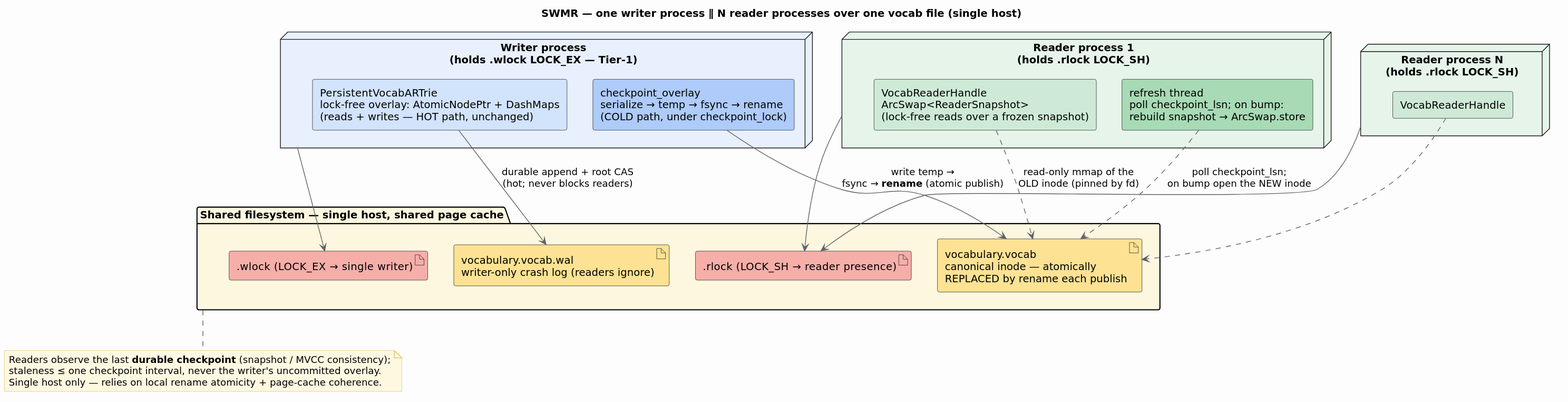
Before: docs/diagrams/swmr-architecture.svg, a diagram exported from PlantUML (vinary-tree/libdictenstein). Its source is kept beside it as docs/diagrams/src/swmr-architecture.puml. The source it was exported from:
```plantuml
@startuml swmr-architecture
skinparam backgroundColor #FDFDFD
skinparam shadowing false
skinparam defaultFontName "DejaVu Sans"
skinparam componentStyle rectangle
skinparam ArrowColor #5F6368
skinparam noteBackgroundColor #FFF8E1
skinparam noteBorderColor #E0C060

title SWMR — one writer process ∥ N reader processes over one vocab file (single host)

node "Writer process\n(holds .wlock LOCK_EX — Tier-1)" as W #E8F0FE {
  component "PersistentVocabARTrie\nlock-free overlay: AtomicNodePtr + DashMaps\n(reads + writes — HOT path, unchanged)" as WT #D2E3FC
  component "checkpoint_overlay\nserialize → temp → fsync → rename\n(COLD path, under checkpoint_lock)" as WC #AECBFA
}

node "Reader process 1\n(holds .rlock LOCK_SH)" as R1 #E6F4EA {
  component "VocabReaderHandle\nArcSwap<ReaderSnapshot>\n(lock-free reads over a frozen snapshot)" as RH1 #CEEAD6
  component "refresh thread\npoll checkpoint_lsn; on bump:\nrebuild snapshot → ArcSwap.store" as RT1 #A8DAB5
}

node "Reader process N\n(holds .rlock LOCK_SH)" as RN #E6F4EA {
  component "VocabReaderHandle" as RHN #CEEAD6
}

folder "Shared filesystem — single host, shared page cache" as FS #FEF7E0 {
  artifact "vocabulary.vocab\ncanonical inode — atomically\nREPLACED by rename each publish" as IMG #FDE293
  artifact ".wlock   (LOCK_EX → single writer)" as WL #F6AEA9
  artifact ".rlock   (LOCK_SH → reader presence)" as RL #F6AEA9
  artifact "vocabulary.vocab.wal\nwriter-only crash log (readers ignore)" as WAL #FDE293
}

WT --> WAL : durable append + root CAS\n(hot; never blocks readers)
WC --> IMG : write temp →\nfsync → **rename** (atomic publish)
W --> WL
R1 --> RL
RN --> RL
RT1 ..> IMG : poll checkpoint_lsn;\non bump open the NEW inode
RH1 ..> IMG : read-only mmap of the\nOLD inode (pinned by fd)
RHN ..> IMG

note bottom of FS
  Readers observe the last **durable checkpoint** (snapshot / MVCC consistency);
  staleness ≤ one checkpoint interval, never the writer's uncommitted overlay.
  Single host only — relies on local rename atomicity + page-cache coherence.
end note
@enduml
```
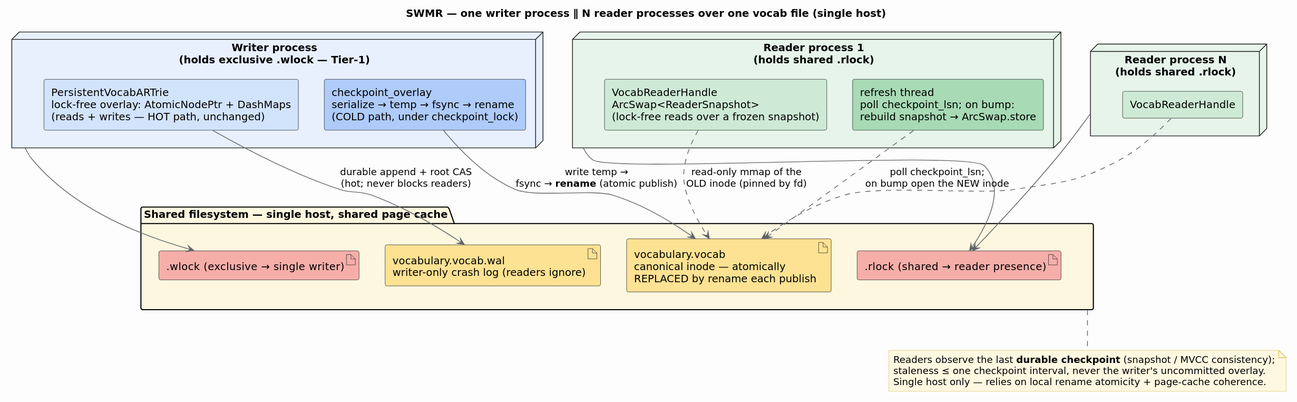
After the change.

The edit, as a diff of the source:
```diff
@@ -9,24 +9,24 @@
 
 title SWMR — one writer process ∥ N reader processes over one vocab file (single host)
 
-node "Writer process\n(holds .wlock LOCK_EX — Tier-1)" as W #E8F0FE {
+node "Writer process\n(holds exclusive .wlock — Tier-1)" as W #E8F0FE {
   component "PersistentVocabARTrie\nlock-free overlay: AtomicNodePtr + DashMaps\n(reads + writes — HOT path, unchanged)" as WT #D2E3FC
   component "checkpoint_overlay\nserialize → temp → fsync → rename\n(COLD path, under checkpoint_lock)" as WC #AECBFA
 }
 
-node "Reader process 1\n(holds .rlock LOCK_SH)" as R1 #E6F4EA {
+node "Reader process 1\n(holds shared .rlock)" as R1 #E6F4EA {
   component "VocabReaderHandle\nArcSwap<ReaderSnapshot>\n(lock-free reads over a frozen snapshot)" as RH1 #CEEAD6
   component "refresh thread\npoll checkpoint_lsn; on bump:\nrebuild snapshot → ArcSwap.store" as RT1 #A8DAB5
 }
 
-node "Reader process N\n(holds .rlock LOCK_SH)" as RN #E6F4EA {
+node "Reader process N\n(holds shared .rlock)" as RN #E6F4EA {
   component "VocabReaderHandle" as RHN #CEEAD6
 }
 
 folder "Shared filesystem — single host, shared page cache" as FS #FEF7E0 {
   artifact "vocabulary.vocab\ncanonical inode — atomically\nREPLACED by rename each publish" as IMG #FDE293
-  artifact ".wlock   (LOCK_EX → single writer)" as WL #F6AEA9
-  artifact ".rlock   (LOCK_SH → reader presence)" as RL #F6AEA9
+  artifact ".wlock   (exclusive → single writer)" as WL #F6AEA9
+  artifact ".rlock   (shared → reader presence)" as RL #F6AEA9
   artifact "vocabulary.vocab.wal\nwriter-only crash log (readers ignore)" as WAL #FDE293
 }
 
```
